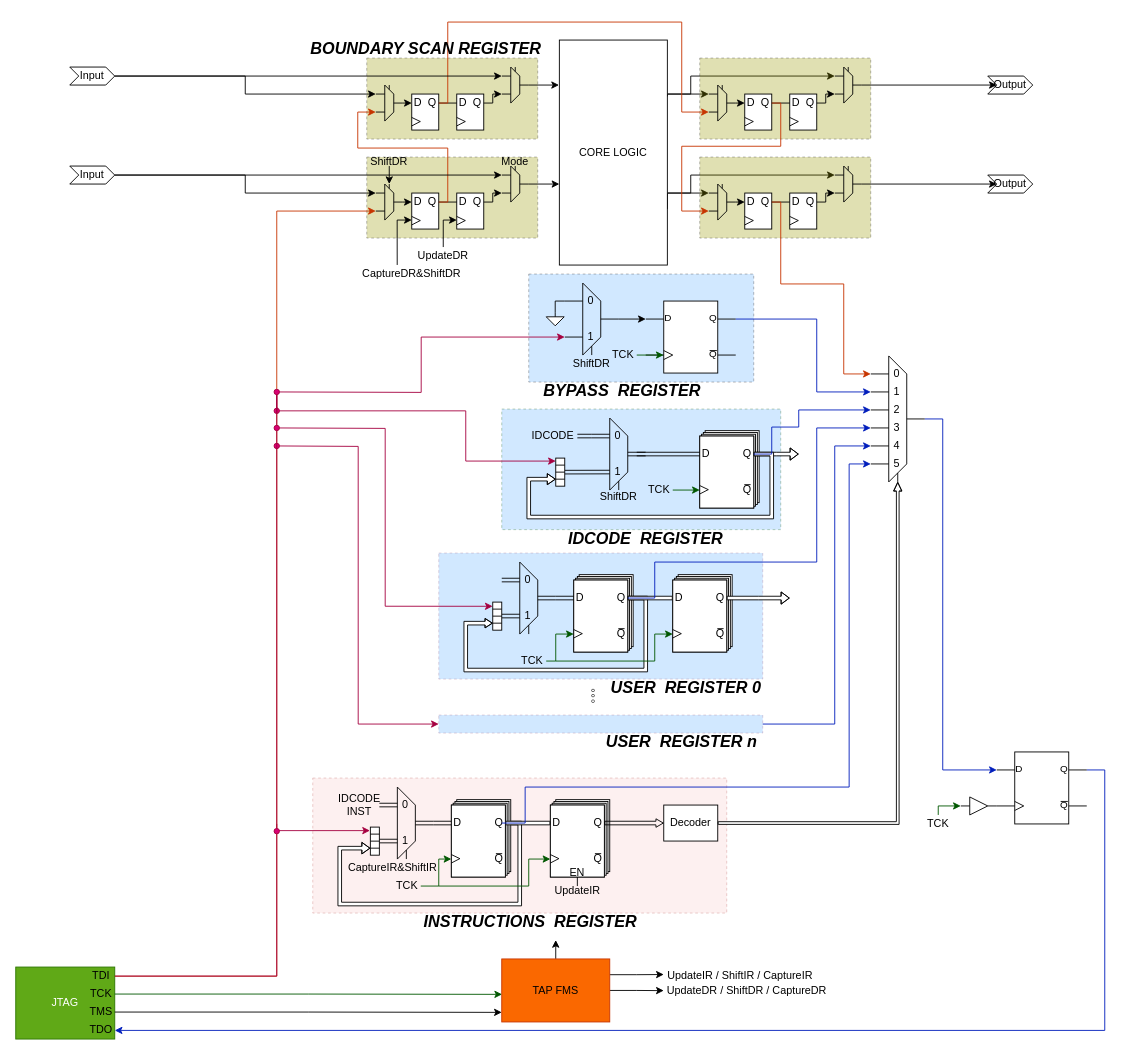
Above: JTAG.drawio in Verdvana/JTAG (draw.io), before the change. Source tidied: cells renumbered, new cells numbered last; positions are measured from the earlier drawing's top-left corner, leaving out a move shared by most shapes. Both pictures are drawn from the tidied source at 90%, with x=0, y=0 at pixel (15, 22).
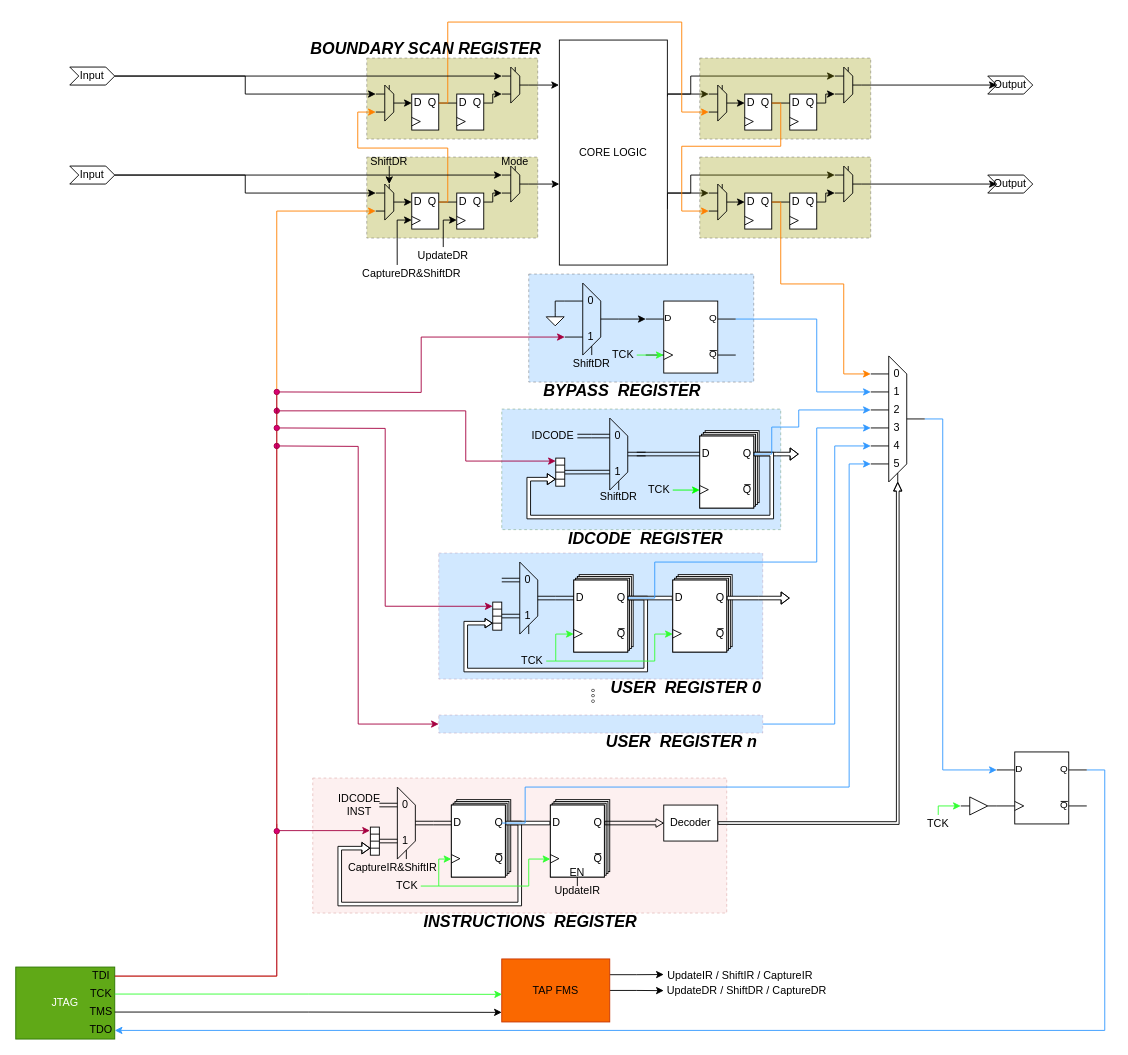
Above is the later version.

The change refers to these unchanged cells:
```xml
<mxCell id="7" style="group;" parent="1" vertex="1">
<mxCell id="13" style="whiteSpace=wrap;html=1;" parent="7" vertex="1">
<mxCell id="17" value="Q" style="text;align=center;html=1;verticalAlign=middle;whiteSpace=wrap;rounded=0;" parent="7" vertex="1">
<mxCell id="32" value="TCK" style="text;strokeColor=none;align=center;fillColor=none;html=1;verticalAlign=middle;whiteSpace=wrap;rounded=0;" parent="7" vertex="1">
<mxCell id="35" style="verticalLabelPosition=bottom;shadow=0;dashed=0;align=center;html=1;verticalAlign=top;shape=mxgraph.electrical.logic_gates.d_type_flip-flop;" parent="1" vertex="1">
<mxCell id="60" style="whiteSpace=wrap;html=1;" parent="55" vertex="1">
<mxCell id="88" style="whiteSpace=wrap;html=1;" parent="83" vertex="1">
<mxCell id="103" style="whiteSpace=wrap;html=1;" parent="98" vertex="1">
<mxCell id="107" value="Q" style="text;strokeColor=none;align=center;fillColor=none;html=1;verticalAlign=middle;whiteSpace=wrap;rounded=0;" parent="98" vertex="1">
<mxCell id="131" style="whiteSpace=wrap;html=1;" parent="126" vertex="1">
<mxCell id="141" style="rounded=0;whiteSpace=wrap;html=1;fillColor=#66B2FF;dashed=1;gradientColor=none;strokeColor=#996185;opacity=30;" parent="1" vertex="1">
<mxCell id="148" value="TAP FMS" style="rounded=0;whiteSpace=wrap;html=1;fillColor=#fa6800;strokeColor=#C73500;fontColor=#000000;" parent="1" vertex="1">
<mxCell id="158" value="JTAG" style="rounded=0;whiteSpace=wrap;html=1;points=[[0,0,0,0,0],[0,0.25,0,0,0],[0,0.5,0,0,0],[0,0.75,0,0,0],[0,1,0,0,0],[0.25,0,0,0,0],[0.25,1,0,0,0],[0.5,0,0,0,0],[0.5,1,0,0,0],[0.75,0,0,0,0],[0.75,1,0,0,0],[1,0,0,0,0],[1,0.14,0,0,-1],[1,0.38,0,0,-1],[1,0.64,0,0,-1],[1,0.88,0,0,0],[1,1,0,0,0]];fillColor=#60a917;fontColor=#ffffff;strokeColor=#2D7600;" parent="1" vertex="1">
<mxCell id="160" style="verticalLabelPosition=bottom;shadow=0;dashed=0;align=center;html=1;verticalAlign=top;shape=mxgraph.electrical.logic_gates.d_type_flip-flop;" parent="1" vertex="1">
<mxCell id="161" style="group;" parent="1" vertex="1">
<mxCell id="176" value="Q" style="text;strokeColor=none;align=center;fillColor=none;html=1;verticalAlign=middle;whiteSpace=wrap;rounded=0;" parent="171" vertex="1">
<mxCell id="194" style="group;" parent="1" vertex="1">
<mxCell id="209" value="Q" style="text;strokeColor=none;align=center;fillColor=none;html=1;verticalAlign=middle;whiteSpace=wrap;rounded=0;" parent="204" vertex="1">
<mxCell id="227" style="group;" parent="1" vertex="1">
<mxCell id="249" value="Q" style="text;strokeColor=none;align=center;fillColor=none;html=1;verticalAlign=middle;whiteSpace=wrap;rounded=0;" parent="244" vertex="1">
<mxCell id="268" style="group;" parent="1" vertex="1">
<mxCell id="285" value="Q" style="text;strokeColor=none;align=center;fillColor=none;html=1;verticalAlign=middle;whiteSpace=wrap;rounded=0;" parent="280" vertex="1">
<mxCell id="304" style="group;" parent="1" vertex="1">
<mxCell id="329" value="TCK" style="text;strokeColor=none;align=center;fillColor=none;html=1;verticalAlign=middle;whiteSpace=wrap;rounded=0;" parent="1" vertex="1">
<mxCell id="331" value="TCK" style="text;strokeColor=none;align=center;fillColor=none;html=1;verticalAlign=middle;whiteSpace=wrap;rounded=0;" parent="1" vertex="1">
<mxCell id="350" value="TCK" style="text;strokeColor=none;align=center;fillColor=none;html=1;verticalAlign=middle;whiteSpace=wrap;rounded=0;" parent="1" vertex="1">
<mxCell id="354" value="TCK" style="text;strokeColor=none;align=center;fillColor=none;html=1;verticalAlign=middle;whiteSpace=wrap;rounded=0;" parent="1" vertex="1">
<mxCell id="359" value="TCK" style="text;strokeColor=none;align=center;fillColor=none;html=1;verticalAlign=middle;whiteSpace=wrap;rounded=0;" parent="1" vertex="1">
<mxCell id="373" style="ellipse;whiteSpace=wrap;html=1;fillColor=#d80073;fontColor=#ffffff;strokeColor=#A50040;" parent="1" vertex="1">
<mxCell id="376" style="group;points=[[0,0,0,0,0],[0,0,0,0,20],[0,0,0,0,40],[0,0,0,0,60],[0,0,0,0,80],[0,0,0,0,100],[0,0,0,0,120],[0,1,0,0,0],[0.5,1,0,0,0],[1,0.5,0,0,0]];" parent="1" vertex="1">
```

The edit, as a diff of the source:
```diff
@@
-    <mxCell id="33" style="edgeStyle=orthogonalEdgeStyle;rounded=0;jettySize=auto;html=1;exitX=1;exitY=0.5;exitDx=0;exitDy=0;entryX=0;entryY=0.75;entryDx=0;entryDy=0;fillColor=#008a00;strokeColor=#005700;" parent="7" edge="1" source="32" target="13">
+    <mxCell id="33" style="edgeStyle=orthogonalEdgeStyle;rounded=0;jettySize=auto;html=1;exitX=1;exitY=0.5;exitDx=0;exitDy=0;entryX=0;entryY=0.75;entryDx=0;entryDy=0;fillColor=#008a00;strokeColor=#00FF00;" parent="7" edge="1" source="32" target="13">
       <mxGeometry relative="1" as="geometry" />
     </mxCell>
@@
-    <mxCell id="140" style="edgeStyle=orthogonalEdgeStyle;rounded=0;jettySize=auto;html=1;exitX=0;exitY=0.75;exitDx=0;exitDy=0;entryX=0;entryY=0.75;entryDx=0;entryDy=0;endArrow=classic;endFill=1;fillColor=#008a00;strokeColor=#005700;startArrow=classic;startFill=1;" parent="1" edge="1" source="131" target="103">
+    <mxCell id="140" style="edgeStyle=orthogonalEdgeStyle;rounded=0;jettySize=auto;html=1;exitX=0;exitY=0.75;exitDx=0;exitDy=0;entryX=0;entryY=0.75;entryDx=0;entryDy=0;endArrow=classic;endFill=1;fillColor=#008a00;strokeColor=#33FF33;startArrow=classic;startFill=1;" parent="1" edge="1" source="131" target="103">
       <mxGeometry relative="1" as="geometry">
         <Array as="points">
           <mxPoint x="710" y="680" />
           <mxPoint x="710" y="710" />
           <mxPoint x="600" y="710" />
           <mxPoint x="600" y="680" />
         </Array>
       </mxGeometry>
     </mxCell>
@@
-    <mxCell id="142" style="edgeStyle=orthogonalEdgeStyle;rounded=0;jettySize=auto;html=1;exitX=1;exitY=0.5;exitDx=0;exitDy=0;exitPerimeter=0;entryX=0;entryY=0.25;entryDx=0;entryDy=0;fillColor=#0050ef;strokeColor=#001DBC;entryPerimeter=0;" parent="1" edge="1" source="376" target="160">
+    <mxCell id="142" style="edgeStyle=orthogonalEdgeStyle;rounded=0;jettySize=auto;html=1;exitX=1;exitY=0.5;exitDx=0;exitDy=0;exitPerimeter=0;entryX=0;entryY=0.25;entryDx=0;entryDy=0;fillColor=#0050ef;strokeColor=#3399FF;entryPerimeter=0;" parent="1" edge="1" source="376" target="160">
       <mxGeometry relative="1" as="geometry">
         <Array as="points">
           <mxPoint x="1030" y="441" />
           <mxPoint x="1030" y="831" />
         </Array>
       </mxGeometry>
     </mxCell>
@@
-    <mxCell id="145" style="edgeStyle=orthogonalEdgeStyle;rounded=0;jettySize=auto;html=1;exitX=0.5;exitY=0;exitDx=0;exitDy=0;" parent="1" edge="1" source="148">
-      <mxGeometry relative="1" as="geometry">
-        <mxPoint x="600" y="1020" as="targetPoint" />
-        <Array as="points">
-          <mxPoint x="600" y="1040" />
-          <mxPoint x="600" y="1040" />
-        </Array>
-      </mxGeometry>
-    </mxCell>
@@
-    <mxCell id="152" style="edgeStyle=orthogonalEdgeStyle;rounded=0;jettySize=auto;html=1;entryX=1;entryY=0.88;entryDx=0;entryDy=0;entryPerimeter=0;exitX=1;exitY=0.25;exitDx=0;exitDy=0;exitPerimeter=0;fillColor=#0050ef;strokeColor=#001DBC;" parent="1" edge="1" source="160" target="158">
+    <mxCell id="152" style="edgeStyle=orthogonalEdgeStyle;rounded=0;jettySize=auto;html=1;entryX=1;entryY=0.88;entryDx=0;entryDy=0;entryPerimeter=0;exitX=1;exitY=0.25;exitDx=0;exitDy=0;exitPerimeter=0;fillColor=#0050ef;strokeColor=#3399FF;" parent="1" edge="1" source="160" target="158">
       <mxGeometry relative="1" as="geometry">
         <Array as="points">
           <mxPoint x="1210" y="831" />
           <mxPoint x="1210" y="1120" />
         </Array>
       </mxGeometry>
     </mxCell>
-    <mxCell id="153" style="edgeStyle=orthogonalEdgeStyle;rounded=0;jettySize=auto;html=1;exitX=1;exitY=0.25;exitDx=0;exitDy=0;exitPerimeter=0;fillColor=#0050ef;strokeColor=#001DBC;entryX=0;entryY=0;entryDx=0;entryDy=40;entryPerimeter=0;" parent="1" edge="1" source="35" target="376">
+    <mxCell id="153" style="edgeStyle=orthogonalEdgeStyle;rounded=0;jettySize=auto;html=1;exitX=1;exitY=0.25;exitDx=0;exitDy=0;exitPerimeter=0;fillColor=#0050ef;strokeColor=#3399FF;entryX=0;entryY=0;entryDx=0;entryDy=40;entryPerimeter=0;" parent="1" edge="1" source="35" target="376">
       <mxGeometry relative="1" as="geometry">
         <Array as="points">
           <mxPoint x="890" y="330" />
           <mxPoint x="890" y="411" />
         </Array>
       </mxGeometry>
     </mxCell>
-    <mxCell id="154" style="edgeStyle=orthogonalEdgeStyle;rounded=0;jettySize=auto;html=1;exitX=1;exitY=0.5;exitDx=0;exitDy=0;entryX=0;entryY=0;entryDx=0;entryDy=60;entryPerimeter=0;fillColor=#0050ef;strokeColor=#001DBC;" parent="1" edge="1" source="17" target="376">
+    <mxCell id="154" style="edgeStyle=orthogonalEdgeStyle;rounded=0;jettySize=auto;html=1;exitX=1;exitY=0.5;exitDx=0;exitDy=0;entryX=0;entryY=0;entryDx=0;entryDy=60;entryPerimeter=0;fillColor=#0050ef;strokeColor=#3399FF;" parent="1" edge="1" source="17" target="376">
       <mxGeometry relative="1" as="geometry">
         <Array as="points">
           <mxPoint x="840" y="480" />
           <mxPoint x="840" y="450" />
           <mxPoint x="870" y="450" />
           <mxPoint x="870" y="431" />
         </Array>
       </mxGeometry>
     </mxCell>
-    <mxCell id="155" style="edgeStyle=orthogonalEdgeStyle;rounded=0;jettySize=auto;html=1;exitX=1;exitY=0.5;exitDx=0;exitDy=0;fillColor=#0050ef;strokeColor=#001DBC;entryX=0;entryY=0;entryDx=0;entryDy=80;entryPerimeter=0;" parent="1" edge="1" source="107" target="376">
+    <mxCell id="155" style="edgeStyle=orthogonalEdgeStyle;rounded=0;jettySize=auto;html=1;exitX=1;exitY=0.5;exitDx=0;exitDy=0;fillColor=#0050ef;strokeColor=#3399FF;entryX=0;entryY=0;entryDx=0;entryDy=80;entryPerimeter=0;" parent="1" edge="1" source="107" target="376">
       <mxGeometry relative="1" as="geometry">
         <Array as="points">
           <mxPoint x="710" y="640" />
           <mxPoint x="710" y="600" />
           <mxPoint x="890" y="600" />
           <mxPoint x="890" y="451" />
         </Array>
       </mxGeometry>
     </mxCell>
-    <mxCell id="156" style="edgeStyle=orthogonalEdgeStyle;rounded=0;jettySize=auto;html=1;exitX=1;exitY=0.5;exitDx=0;exitDy=0;entryX=0;entryY=0;entryDx=0;entryDy=100;entryPerimeter=0;fillColor=#0050ef;strokeColor=#001DBC;" parent="1" edge="1" source="141" target="376">
+    <mxCell id="156" style="edgeStyle=orthogonalEdgeStyle;rounded=0;jettySize=auto;html=1;exitX=1;exitY=0.5;exitDx=0;exitDy=0;entryX=0;entryY=0;entryDx=0;entryDy=100;entryPerimeter=0;fillColor=#0050ef;strokeColor=#3399FF;" parent="1" edge="1" source="141" target="376">
       <mxGeometry relative="1" as="geometry">
         <Array as="points">
           <mxPoint x="910" y="780" />
           <mxPoint x="910" y="471" />
         </Array>
       </mxGeometry>
     </mxCell>
-    <mxCell id="157" style="edgeStyle=orthogonalEdgeStyle;rounded=0;jettySize=auto;html=1;exitX=1;exitY=0.14;exitDx=0;exitDy=-1;exitPerimeter=0;fillColor=#fa6800;strokeColor=#C73500;entryX=0;entryY=0.75;entryDx=0;entryDy=0;" parent="1" edge="1" source="158" target="194">
+    <mxCell id="157" style="edgeStyle=orthogonalEdgeStyle;rounded=0;jettySize=auto;html=1;exitX=1;exitY=0.14;exitDx=0;exitDy=-1;exitPerimeter=0;fillColor=#fa6800;strokeColor=#FF8000;entryX=0;entryY=0.75;entryDx=0;entryDy=0;" parent="1" edge="1" source="158" target="194">
       <mxGeometry relative="1" as="geometry">
         <Array as="points">
           <mxPoint x="290" y="1060" />
           <mxPoint x="290" y="210" />
         </Array>
       </mxGeometry>
     </mxCell>
@@
-    <mxCell id="159" style="edgeStyle=orthogonalEdgeStyle;rounded=0;jettySize=auto;html=1;exitX=1;exitY=0.5;exitDx=0;exitDy=0;entryX=0;entryY=0;entryDx=0;entryDy=120;fillColor=#0050ef;strokeColor=#001DBC;entryPerimeter=0;" parent="1" edge="1" target="376">
+    <mxCell id="159" style="edgeStyle=orthogonalEdgeStyle;rounded=0;jettySize=auto;html=1;exitX=1;exitY=0.5;exitDx=0;exitDy=0;entryX=0;entryY=0;entryDx=0;entryDy=120;fillColor=#0050ef;strokeColor=#3399FF;entryPerimeter=0;" parent="1" edge="1" target="376">
       <mxGeometry relative="1" as="geometry">
         <mxPoint x="540" y="890" as="sourcePoint" />
         <Array as="points">
           <mxPoint x="566" y="890" />
           <mxPoint x="566" y="850" />
           <mxPoint x="926" y="850" />
           <mxPoint x="926" y="491" />
         </Array>
       </mxGeometry>
     </mxCell>
@@
-    <mxCell id="237" style="edgeStyle=orthogonalEdgeStyle;rounded=0;jettySize=auto;html=1;exitX=1;exitY=0.5;exitDx=0;exitDy=0;entryX=0;entryY=0.75;entryDx=0;entryDy=0;fillColor=#fa6800;strokeColor=#C73500;" parent="1" edge="1" source="176" target="227">
+    <mxCell id="237" style="edgeStyle=orthogonalEdgeStyle;rounded=0;jettySize=auto;html=1;exitX=1;exitY=0.5;exitDx=0;exitDy=0;entryX=0;entryY=0.75;entryDx=0;entryDy=0;fillColor=#fa6800;strokeColor=#FF8000;" parent="1" edge="1" source="176" target="227">
       <mxGeometry relative="1" as="geometry">
         <Array as="points">
           <mxPoint x="480" y="200" />
           <mxPoint x="480" y="140" />
           <mxPoint x="380" y="140" />
           <mxPoint x="380" y="100" />
         </Array>
       </mxGeometry>
     </mxCell>
@@
-    <mxCell id="278" style="edgeStyle=orthogonalEdgeStyle;rounded=0;jettySize=auto;html=1;exitX=1;exitY=0.5;exitDx=0;exitDy=0;entryX=0;entryY=0;entryDx=0;entryDy=20;entryPerimeter=0;fillColor=#fa6800;strokeColor=#C73500;" parent="1" edge="1" source="249" target="376">
+    <mxCell id="278" style="edgeStyle=orthogonalEdgeStyle;rounded=0;jettySize=auto;html=1;exitX=1;exitY=0.5;exitDx=0;exitDy=0;entryX=0;entryY=0;entryDx=0;entryDy=20;entryPerimeter=0;fillColor=#fa6800;strokeColor=#FF8000;" parent="1" edge="1" source="249" target="376">
       <mxGeometry relative="1" as="geometry">
         <Array as="points">
           <mxPoint x="850" y="200" />
           <mxPoint x="850" y="291" />
           <mxPoint x="920" y="291" />
           <mxPoint x="920" y="391" />
         </Array>
       </mxGeometry>
     </mxCell>
@@
-    <mxCell id="314" style="edgeStyle=orthogonalEdgeStyle;rounded=0;jettySize=auto;html=1;exitX=1;exitY=0.5;exitDx=0;exitDy=0;entryX=0;entryY=0.75;entryDx=0;entryDy=0;fillColor=#fa6800;strokeColor=#C73500;" parent="1" edge="1" source="285" target="268">
+    <mxCell id="314" style="edgeStyle=orthogonalEdgeStyle;rounded=0;jettySize=auto;html=1;exitX=1;exitY=0.5;exitDx=0;exitDy=0;entryX=0;entryY=0.75;entryDx=0;entryDy=0;fillColor=#fa6800;strokeColor=#FF8000;" parent="1" edge="1" source="285" target="268">
       <mxGeometry relative="1" as="geometry">
         <Array as="points">
           <mxPoint x="850" y="90" />
           <mxPoint x="850" y="138" />
           <mxPoint x="740" y="138" />
           <mxPoint x="740" y="210" />
         </Array>
       </mxGeometry>
     </mxCell>
@@
-    <mxCell id="317" style="edgeStyle=orthogonalEdgeStyle;rounded=0;jettySize=auto;html=1;exitX=1;exitY=0.5;exitDx=0;exitDy=0;entryX=0;entryY=0.75;entryDx=0;entryDy=0;fillColor=#fa6800;strokeColor=#C73500;" parent="1" edge="1" source="209" target="304">
+    <mxCell id="317" style="edgeStyle=orthogonalEdgeStyle;rounded=0;jettySize=auto;html=1;exitX=1;exitY=0.5;exitDx=0;exitDy=0;entryX=0;entryY=0.75;entryDx=0;entryDy=0;fillColor=#fa6800;strokeColor=#FF8000;" parent="1" edge="1" source="209" target="304">
       <mxGeometry relative="1" as="geometry">
         <Array as="points">
           <mxPoint x="480" y="90" />
           <mxPoint x="480" />
           <mxPoint x="740" />
           <mxPoint x="740" y="100" />
         </Array>
       </mxGeometry>
     </mxCell>
@@
-    <mxCell id="328" style="edgeStyle=orthogonalEdgeStyle;rounded=0;jettySize=auto;html=1;exitX=1;exitY=0.5;exitDx=0;exitDy=0;endArrow=none;endFill=0;fillColor=#008a00;strokeColor=#005700;" parent="1" edge="1" source="329">
+    <mxCell id="328" style="edgeStyle=orthogonalEdgeStyle;rounded=0;jettySize=auto;html=1;exitX=1;exitY=0.5;exitDx=0;exitDy=0;endArrow=none;endFill=0;fillColor=#008a00;strokeColor=#33FF33;" parent="1" edge="1" source="329">
       <mxGeometry relative="1" as="geometry">
         <mxPoint x="470" y="960" as="targetPoint" />
       </mxGeometry>
     </mxCell>
@@
-    <mxCell id="330" style="edgeStyle=orthogonalEdgeStyle;rounded=0;jettySize=auto;html=1;exitX=1;exitY=0.5;exitDx=0;exitDy=0;endArrow=none;endFill=0;fillColor=#008a00;strokeColor=#005700;" parent="1" edge="1" source="331">
+    <mxCell id="330" style="edgeStyle=orthogonalEdgeStyle;rounded=0;jettySize=auto;html=1;exitX=1;exitY=0.5;exitDx=0;exitDy=0;endArrow=none;endFill=0;fillColor=#008a00;strokeColor=#33FF33;" parent="1" edge="1" source="331">
       <mxGeometry relative="1" as="geometry">
         <mxPoint x="600" y="709.8" as="targetPoint" />
       </mxGeometry>
     </mxCell>
@@
-    <mxCell id="339" style="edgeStyle=orthogonalEdgeStyle;rounded=0;jettySize=auto;html=1;exitX=0;exitY=0.75;exitDx=0;exitDy=0;entryX=0;entryY=0.75;entryDx=0;entryDy=0;endArrow=classic;endFill=1;fillColor=#008a00;strokeColor=#005700;startArrow=classic;startFill=1;" parent="1" edge="1" source="88" target="60">
+    <mxCell id="339" style="edgeStyle=orthogonalEdgeStyle;rounded=0;jettySize=auto;html=1;exitX=0;exitY=0.75;exitDx=0;exitDy=0;entryX=0;entryY=0.75;entryDx=0;entryDy=0;endArrow=classic;endFill=1;fillColor=#008a00;strokeColor=#33FF33;startArrow=classic;startFill=1;" parent="1" edge="1" source="88" target="60">
       <mxGeometry relative="1" as="geometry">
         <Array as="points">
           <mxPoint x="570" y="930" />
           <mxPoint x="570" y="960" />
           <mxPoint x="470" y="960" />
           <mxPoint x="470" y="930" />
         </Array>
       </mxGeometry>
     </mxCell>
@@
-    <mxCell id="352" style="edgeStyle=orthogonalEdgeStyle;rounded=0;jettySize=auto;html=1;exitX=1;exitY=0.5;exitDx=0;exitDy=0;entryX=0.199;entryY=0.751;entryDx=0;entryDy=0;entryPerimeter=0;fillColor=#008a00;strokeColor=#005700;" parent="1" edge="1" source="350" target="35">
+    <mxCell id="352" style="edgeStyle=orthogonalEdgeStyle;rounded=0;jettySize=auto;html=1;exitX=1;exitY=0.5;exitDx=0;exitDy=0;entryX=0.199;entryY=0.751;entryDx=0;entryDy=0;entryPerimeter=0;fillColor=#008a00;strokeColor=#33FF33;" parent="1" edge="1" source="350" target="35">
       <mxGeometry relative="1" as="geometry" />
     </mxCell>
-    <mxCell id="353" style="edgeStyle=orthogonalEdgeStyle;rounded=0;jettySize=auto;html=1;exitX=0.5;exitY=0;exitDx=0;exitDy=0;entryX=0;entryY=0.5;entryDx=0;entryDy=0;fillColor=#008a00;strokeColor=#005700;" parent="1" edge="1" source="354" target="161">
+    <mxCell id="353" style="edgeStyle=orthogonalEdgeStyle;rounded=0;jettySize=auto;html=1;exitX=0.5;exitY=0;exitDx=0;exitDy=0;entryX=0;entryY=0.5;entryDx=0;entryDy=0;fillColor=#008a00;strokeColor=#33FF33;" parent="1" edge="1" source="354" target="161">
       <mxGeometry relative="1" as="geometry">
         <Array as="points">
           <mxPoint x="1025" y="871" />
         </Array>
       </mxGeometry>
     </mxCell>
@@
-    <mxCell id="363" style="edgeStyle=orthogonalEdgeStyle;rounded=0;jettySize=auto;html=1;exitX=1;exitY=0.5;exitDx=0;exitDy=0;entryX=0.003;entryY=0.562;entryDx=0;entryDy=0;entryPerimeter=0;fillColor=#008a00;strokeColor=#005700;" parent="1" edge="1" source="359" target="148">
+    <mxCell id="363" style="edgeStyle=orthogonalEdgeStyle;rounded=0;jettySize=auto;html=1;exitX=1;exitY=0.5;exitDx=0;exitDy=0;entryX=0.003;entryY=0.562;entryDx=0;entryDy=0;entryPerimeter=0;fillColor=#008a00;strokeColor=#33FF33;" parent="1" edge="1" source="359" target="148">
       <mxGeometry relative="1" as="geometry" />
     </mxCell>
@@
     <mxCell id="367" style="edgeStyle=orthogonalEdgeStyle;rounded=0;jettySize=auto;html=1;fillColor=#d80073;strokeColor=#A50040;endArrow=none;endFill=0;" parent="1" edge="1" source="373">
       <mxGeometry relative="1" as="geometry">
         <mxPoint x="290" y="411" as="targetPoint" />
+        <Array as="points">
+          <mxPoint x="290" y="411" />
+          <mxPoint x="290" y="411" />
+        </Array>
       </mxGeometry>
     </mxCell>
```
